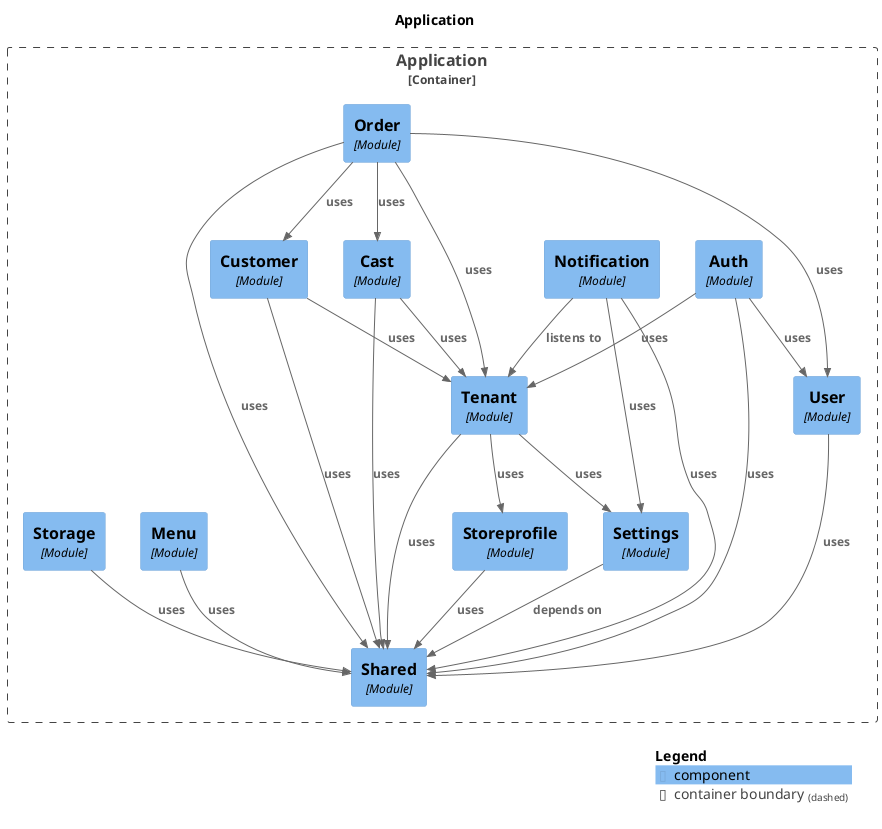
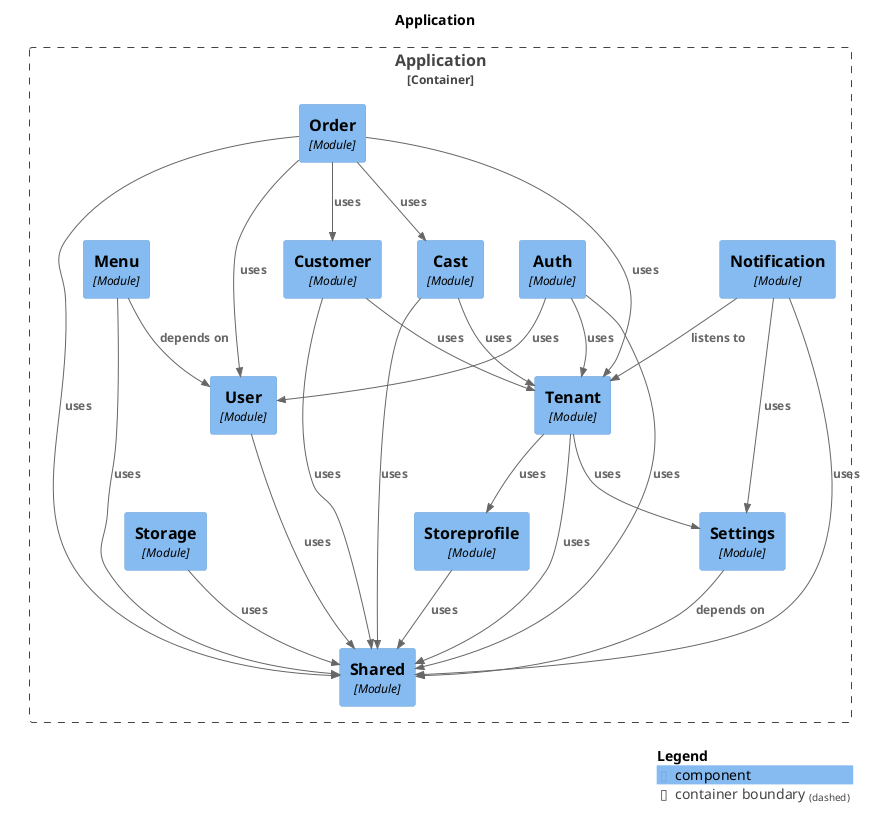
@startuml
set separator none
title Application

top to bottom direction

!include <C4/C4>
!include <C4/C4_Context>
!include <C4/C4_Component>

Container_Boundary("Application.Application_boundary", "Application", $tags="") {
  Component(Application.Application.Auth, "Auth", $techn="Module", $descr="", $tags="", $link="")
  Component(Application.Application.Cast, "Cast", $techn="Module", $descr="", $tags="", $link="")
  Component(Application.Application.Customer, "Customer", $techn="Module", $descr="", $tags="", $link="")
  Component(Application.Application.Notification, "Notification", $techn="Module", $descr="", $tags="", $link="")
  Component(Application.Application.Order, "Order", $techn="Module", $descr="", $tags="", $link="")
  Component(Application.Application.Shared, "Shared", $techn="Module", $descr="", $tags="", $link="")
-   Component(Application.Application.Menu, "Menu", $techn="Module", $descr="", $tags="", $link="")
  Component(Application.Application.Settings, "Settings", $techn="Module", $descr="", $tags="", $link="")
  Component(Application.Application.Storage, "Storage", $techn="Module", $descr="", $tags="", $link="")
  Component(Application.Application.Storeprofile, "Storeprofile", $techn="Module", $descr="", $tags="", $link="")
  Component(Application.Application.User, "User", $techn="Module", $descr="", $tags="", $link="")
+   Component(Application.Application.Menu, "Menu", $techn="Module", $descr="", $tags="", $link="")
  Component(Application.Application.Tenant, "Tenant", $techn="Module", $descr="", $tags="", $link="")
}

Rel(Application.Application.Customer, Application.Application.Shared, "uses", $techn="", $tags="", $link="")
Rel(Application.Application.Customer, Application.Application.Tenant, "uses", $techn="", $tags="", $link="")
- Rel(Application.Application.Notification, Application.Application.Tenant, "listens to", $techn="", $tags="", $link="")
- Rel(Application.Application.Notification, Application.Application.Settings, "uses", $techn="", $tags="", $link="")
- Rel(Application.Application.Notification, Application.Application.Shared, "uses", $techn="", $tags="", $link="")
+ Rel(Application.Application.Menu, Application.Application.User, "depends on", $techn="", $tags="", $link="")
+ Rel(Application.Application.Menu, Application.Application.Shared, "uses", $techn="", $tags="", $link="")
+ Rel(Application.Application.Cast, Application.Application.Shared, "uses", $techn="", $tags="", $link="")
+ Rel(Application.Application.Cast, Application.Application.Tenant, "uses", $techn="", $tags="", $link="")
+ Rel(Application.Application.Auth, Application.Application.User, "uses", $techn="", $tags="", $link="")
+ Rel(Application.Application.Auth, Application.Application.Tenant, "uses", $techn="", $tags="", $link="")
+ Rel(Application.Application.Auth, Application.Application.Shared, "uses", $techn="", $tags="", $link="")
Rel(Application.Application.Order, Application.Application.Customer, "uses", $techn="", $tags="", $link="")
Rel(Application.Application.Order, Application.Application.Cast, "uses", $techn="", $tags="", $link="")
Rel(Application.Application.Order, Application.Application.User, "uses", $techn="", $tags="", $link="")
Rel(Application.Application.Order, Application.Application.Tenant, "uses", $techn="", $tags="", $link="")
Rel(Application.Application.Order, Application.Application.Shared, "uses", $techn="", $tags="", $link="")
- Rel(Application.Application.Menu, Application.Application.Shared, "uses", $techn="", $tags="", $link="")
- Rel(Application.Application.Settings, Application.Application.Shared, "depends on", $techn="", $tags="", $link="")
Rel(Application.Application.Tenant, Application.Application.Storeprofile, "uses", $techn="", $tags="", $link="")
Rel(Application.Application.Tenant, Application.Application.Shared, "uses", $techn="", $tags="", $link="")
Rel(Application.Application.Tenant, Application.Application.Settings, "uses", $techn="", $tags="", $link="")
- Rel(Application.Application.Cast, Application.Application.Shared, "uses", $techn="", $tags="", $link="")
- Rel(Application.Application.Cast, Application.Application.Tenant, "uses", $techn="", $tags="", $link="")
+ Rel(Application.Application.Storeprofile, Application.Application.Shared, "uses", $techn="", $tags="", $link="")
Rel(Application.Application.Storage, Application.Application.Shared, "uses", $techn="", $tags="", $link="")
- Rel(Application.Application.Storeprofile, Application.Application.Shared, "uses", $techn="", $tags="", $link="")
+ Rel(Application.Application.Notification, Application.Application.Tenant, "listens to", $techn="", $tags="", $link="")
+ Rel(Application.Application.Notification, Application.Application.Settings, "uses", $techn="", $tags="", $link="")
+ Rel(Application.Application.Notification, Application.Application.Shared, "uses", $techn="", $tags="", $link="")
+ Rel(Application.Application.Settings, Application.Application.Shared, "depends on", $techn="", $tags="", $link="")
Rel(Application.Application.User, Application.Application.Shared, "uses", $techn="", $tags="", $link="")
- Rel(Application.Application.Auth, Application.Application.User, "uses", $techn="", $tags="", $link="")
- Rel(Application.Application.Auth, Application.Application.Tenant, "uses", $techn="", $tags="", $link="")
- Rel(Application.Application.Auth, Application.Application.Shared, "uses", $techn="", $tags="", $link="")

SHOW_LEGEND(true)
@enduml